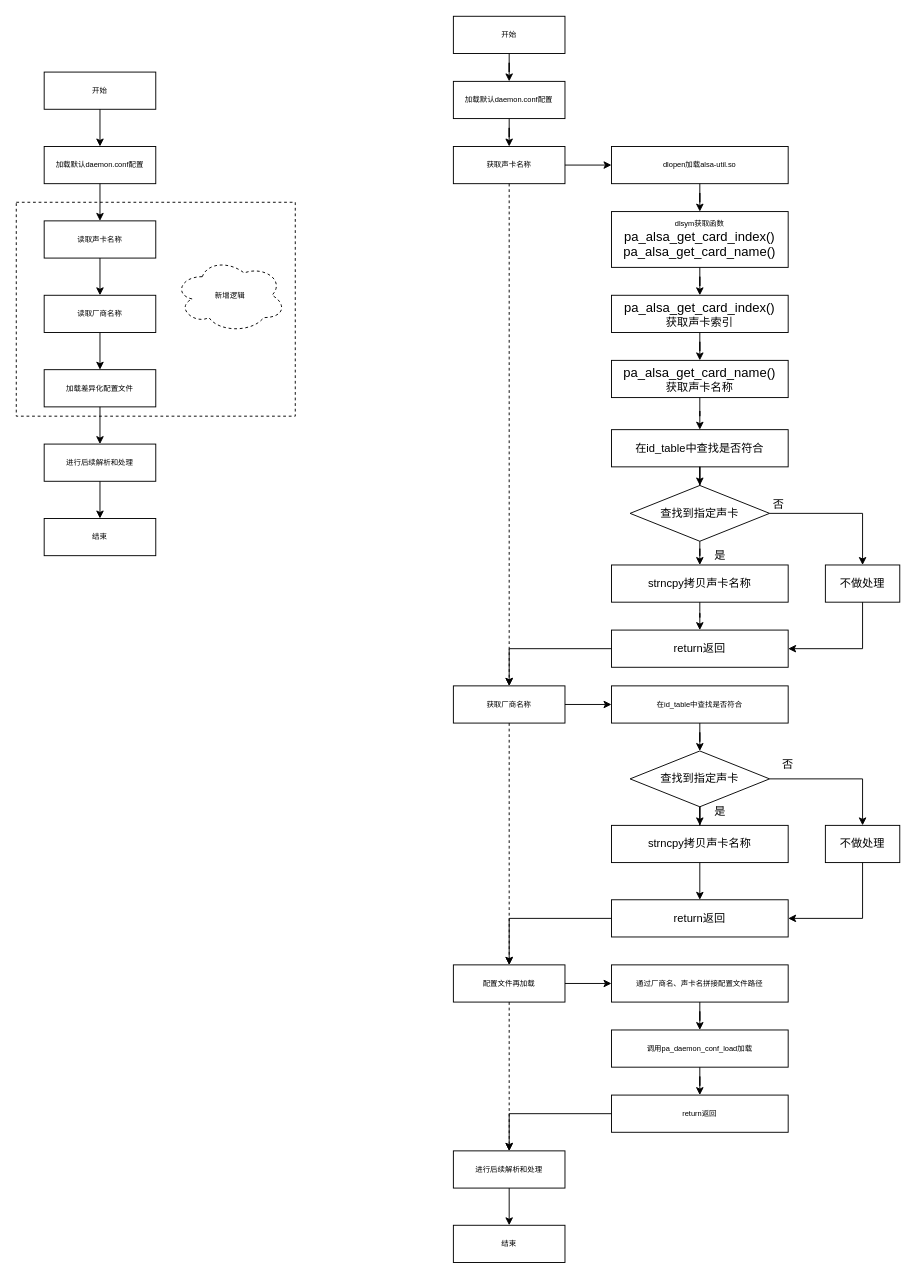
Before: pa-pgv.drawio in lishengyu/mk, a draw.io diagram. Source tidied: cells renumbered, new cells numbered last; positions are measured from the earlier drawing's top-left corner, leaving out a move shared by most shapes. Both pictures are drawn from the tidied source at 93%, with x=0, y=0 at pixel (16, 16).
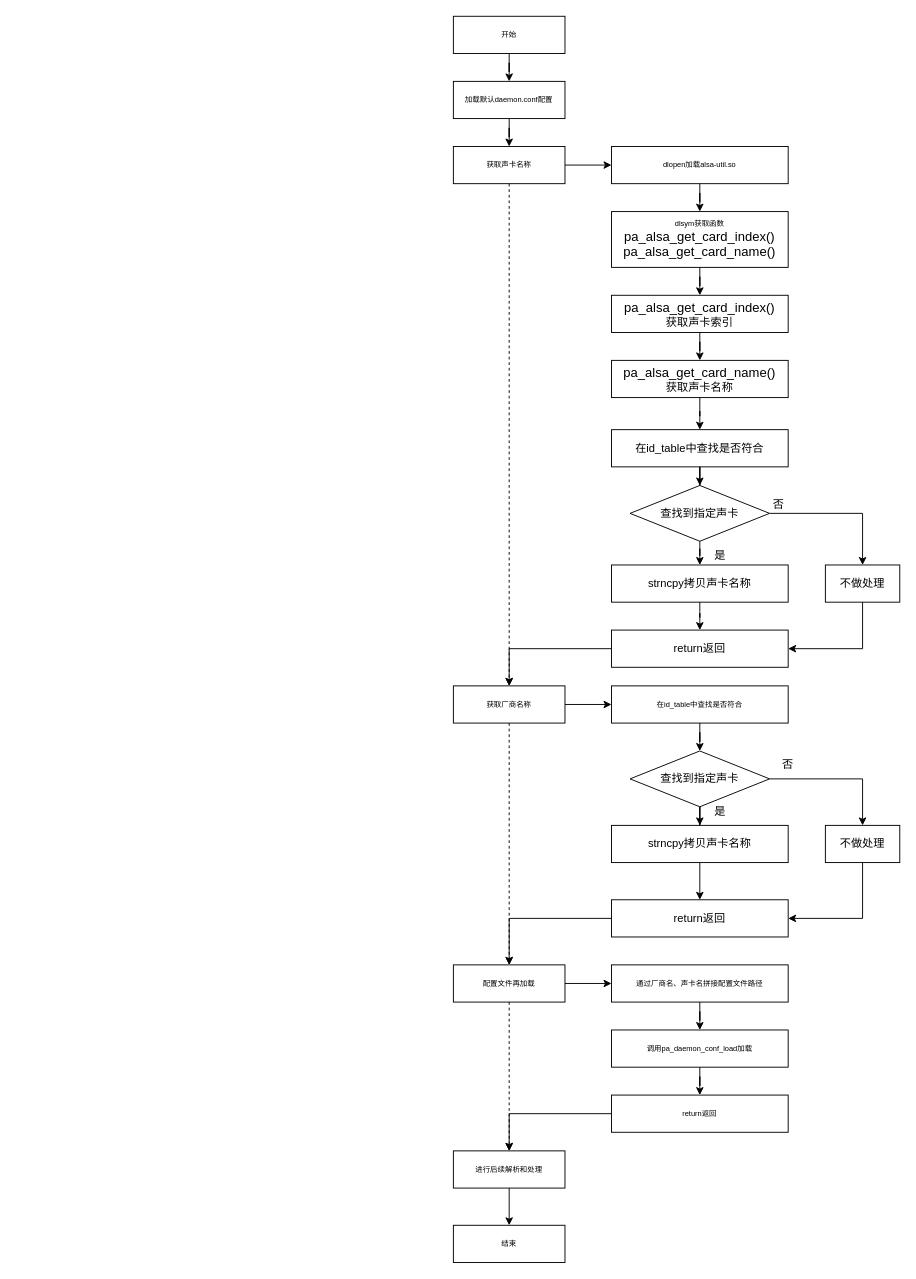
Above is the later version.

Diff of the diagram source:
```diff
@@
-    <mxCell id="2" style="edgeStyle=orthogonalEdgeStyle;rounded=0;jettySize=auto;html=1;fontSize=8;" parent="1" edge="1" source="3" target="5">
-      <mxGeometry relative="1" as="geometry" />
-    </mxCell>
-    <mxCell id="3" value="开始" style="rounded=0;whiteSpace=wrap;html=1;fontSize=8;fillColor=none;" parent="1" vertex="1">
-      <mxGeometry x="30" y="60" width="120" height="40" as="geometry" />
-    </mxCell>
-    <mxCell id="4" style="edgeStyle=orthogonalEdgeStyle;rounded=0;jettySize=auto;html=1;fontSize=8;" parent="1" edge="1" source="5" target="7">
-      <mxGeometry relative="1" as="geometry" />
-    </mxCell>
-    <mxCell id="5" value="加载默认daemon.conf配置" style="rounded=0;whiteSpace=wrap;html=1;fontSize=8;fillColor=none;" parent="1" vertex="1">
-      <mxGeometry x="30" y="140" width="120" height="40" as="geometry" />
-    </mxCell>
-    <mxCell id="6" style="edgeStyle=orthogonalEdgeStyle;rounded=0;jettySize=auto;html=1;fontSize=8;" parent="1" edge="1" source="7" target="9">
-      <mxGeometry relative="1" as="geometry" />
-    </mxCell>
-    <mxCell id="7" value="读取声卡名称" style="rounded=0;whiteSpace=wrap;html=1;fontSize=8;fillColor=none;" parent="1" vertex="1">
-      <mxGeometry x="30" y="220" width="120" height="40" as="geometry" />
-    </mxCell>
-    <mxCell id="8" style="edgeStyle=orthogonalEdgeStyle;rounded=0;jettySize=auto;html=1;fontSize=8;" parent="1" edge="1" source="9" target="11">
-      <mxGeometry relative="1" as="geometry" />
-    </mxCell>
-    <mxCell id="9" value="读取厂商名称" style="rounded=0;whiteSpace=wrap;html=1;fontSize=8;fillColor=none;" parent="1" vertex="1">
-      <mxGeometry x="30" y="300" width="120" height="40" as="geometry" />
-    </mxCell>
-    <mxCell id="10" style="edgeStyle=orthogonalEdgeStyle;rounded=0;jettySize=auto;html=1;fontSize=8;" parent="1" edge="1" source="11" target="13">
-      <mxGeometry relative="1" as="geometry" />
-    </mxCell>
-    <mxCell id="11" value="加载差异化配置文件" style="rounded=0;whiteSpace=wrap;html=1;fontSize=8;fillColor=none;" parent="1" vertex="1">
-      <mxGeometry x="30" y="380" width="120" height="40" as="geometry" />
-    </mxCell>
-    <mxCell id="12" style="edgeStyle=orthogonalEdgeStyle;rounded=0;jettySize=auto;html=1;fontSize=8;" parent="1" edge="1" source="13" target="14">
-      <mxGeometry relative="1" as="geometry" />
-    </mxCell>
-    <mxCell id="13" value="进行后续解析和处理" style="rounded=0;whiteSpace=wrap;html=1;fontSize=8;fillColor=none;" parent="1" vertex="1">
-      <mxGeometry x="30" y="460" width="120" height="40" as="geometry" />
-    </mxCell>
-    <mxCell id="14" value="结束" style="rounded=0;whiteSpace=wrap;html=1;fontSize=8;fillColor=none;" parent="1" vertex="1">
-      <mxGeometry x="30" y="540" width="120" height="40" as="geometry" />
-    </mxCell>
-    <mxCell id="15" style="rounded=0;whiteSpace=wrap;html=1;fontSize=8;fillColor=none;dashed=1;" parent="1" vertex="1">
-      <mxGeometry y="200" width="300" height="230" as="geometry" />
-    </mxCell>
-    <mxCell id="16" value="新增逻辑" style="ellipse;shape=cloud;whiteSpace=wrap;html=1;rounded=0;dashed=1;fontSize=8;fillColor=none;" parent="1" vertex="1">
-      <mxGeometry x="170" y="260" width="120" height="80" as="geometry" />
-    </mxCell>
```
